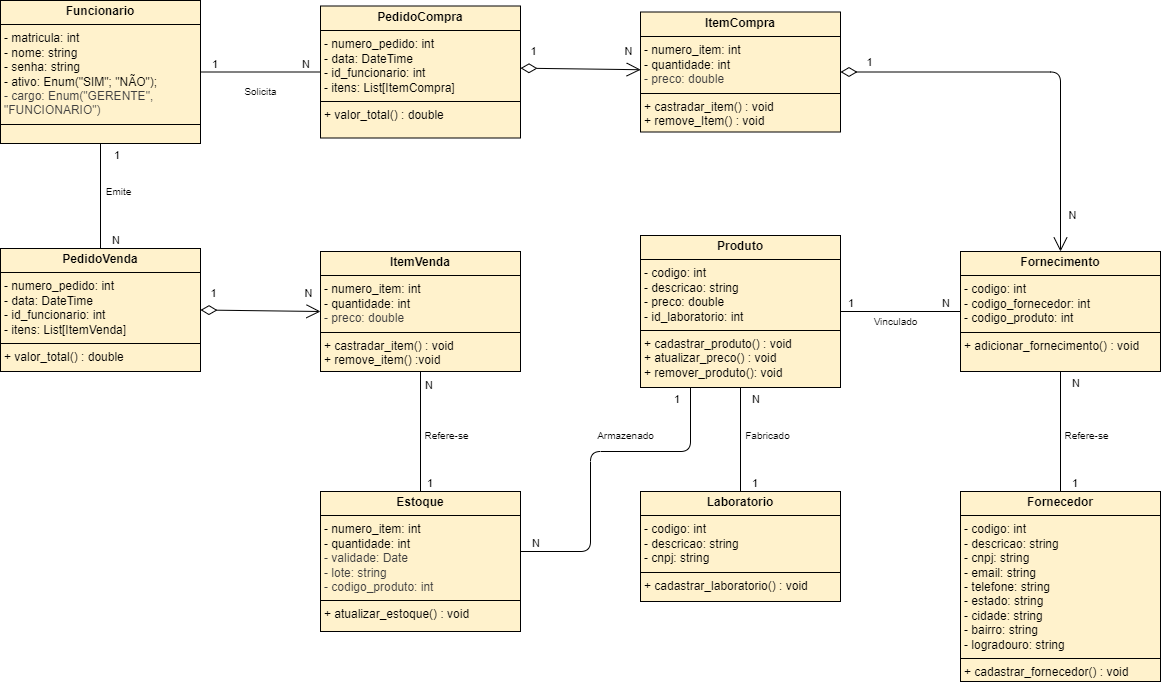
Before: docs/images/diagrama-classes.png, a diagram exported from draw.io (ICEI-PUCMinas-PSG-SI-TI/psg-si-2025-1-p3-tiapn-6818100-farmacia-popular). Source tidied: cells renumbered, new cells last; positions are measured from the earlier drawing's top-left corner, leaving out a move shared by most shapes.
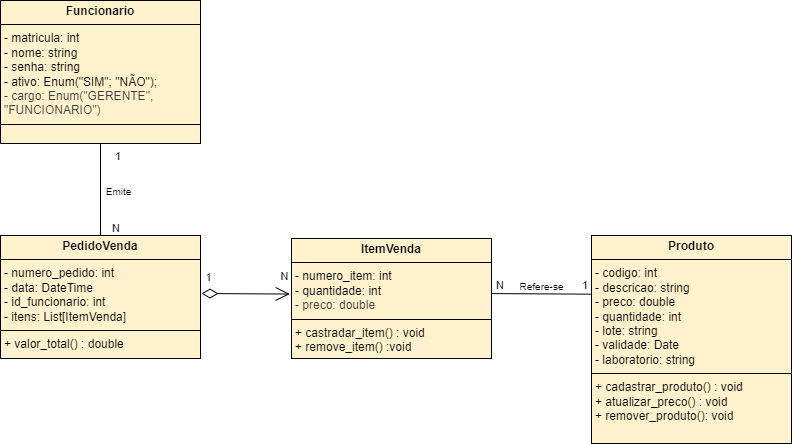
Above is the later version.

What changed in the source:
```diff
@@ -3,162 +3,32 @@
     <mxCell id="0" />
     <mxCell id="1" parent="0" />
     <mxCell id="2" value="&lt;p style=&quot;margin:0px;margin-top:4px;text-align:center;&quot;&gt;&lt;b&gt;Funcionario&lt;/b&gt;&lt;/p&gt;&lt;hr size=&quot;1&quot; style=&quot;border-style:solid;&quot;&gt;&lt;p style=&quot;margin:0px;margin-left:4px;&quot;&gt;- matricula: int&lt;/p&gt;&lt;p style=&quot;margin:0px;margin-left:4px;&quot;&gt;- nome: string&lt;/p&gt;&lt;p style=&quot;margin:0px;margin-left:4px;&quot;&gt;- senha: string&lt;/p&gt;&lt;p style=&quot;margin:0px;margin-left:4px;&quot;&gt;- ativo: Enum(&quot;SIM&quot;; &quot;NÃO&quot;);&lt;/p&gt;&lt;p style=&quot;margin:0px;margin-left:4px;&quot;&gt;&lt;span style=&quot;color: rgb(63, 63, 63);&quot;&gt;- cargo: Enum(&quot;GERENTE&quot;, &quot;FUNCIONARIO&quot;)&lt;/span&gt;&lt;/p&gt;&lt;hr size=&quot;1&quot; style=&quot;border-style:solid;&quot;&gt;&lt;p style=&quot;margin:0px;margin-left:4px;&quot;&gt;&lt;br&gt;&lt;br&gt;&lt;/p&gt;" style="verticalAlign=top;align=left;overflow=fill;html=1;whiteSpace=wrap;fillColor=#fff2cc;strokeColor=#000000;" parent="1" vertex="1">
-      <mxGeometry width="200" height="143" as="geometry" />
+      <mxGeometry x="180" y="63" width="200" height="143" as="geometry" />
     </mxCell>
-    <mxCell id="3" value="&lt;p style=&quot;margin:0px;margin-top:4px;text-align:center;&quot;&gt;&lt;b&gt;PedidoCompra&lt;/b&gt;&lt;/p&gt;&lt;hr size=&quot;1&quot; style=&quot;border-style:solid;&quot;&gt;&lt;p style=&quot;margin:0px;margin-left:4px;&quot;&gt;- numero_pedido: int&lt;br&gt;&lt;/p&gt;&lt;p style=&quot;margin:0px;margin-left:4px;&quot;&gt;- data: DateTime&lt;/p&gt;&lt;p style=&quot;margin:0px;margin-left:4px;&quot;&gt;- id_funcionario: int&lt;/p&gt;&lt;p style=&quot;margin:0px;margin-left:4px;&quot;&gt;- itens: List[ItemCompra]&lt;/p&gt;&lt;hr size=&quot;1&quot; style=&quot;border-style:solid;&quot;&gt;&lt;p style=&quot;margin:0px;margin-left:4px;&quot;&gt;+ valor_total() : double&lt;/p&gt;" style="verticalAlign=top;align=left;overflow=fill;html=1;whiteSpace=wrap;fillColor=#fff2cc;strokeColor=#000000;" parent="1" vertex="1">
-      <mxGeometry x="320" y="5.5" width="200" height="132" as="geometry" />
-    </mxCell>
-    <mxCell id="4" value="&lt;p style=&quot;margin:0px;margin-top:4px;text-align:center;&quot;&gt;&lt;b&gt;ItemCompra&lt;/b&gt;&lt;/p&gt;&lt;hr size=&quot;1&quot; style=&quot;border-style:solid;&quot;&gt;&lt;p style=&quot;margin:0px;margin-left:4px;&quot;&gt;&lt;span style=&quot;background-color: transparent;&quot;&gt;- numero_item: int&lt;/span&gt;&lt;/p&gt;&lt;p style=&quot;margin:0px;margin-left:4px;&quot;&gt;&lt;span style=&quot;background-color: transparent;&quot;&gt;- quantidade: int&lt;/span&gt;&lt;/p&gt;&lt;p style=&quot;margin:0px;margin-left:4px;&quot;&gt;&lt;span style=&quot;color: rgb(63, 63, 63);&quot;&gt;- preco: double&lt;/span&gt;&lt;span style=&quot;background-color: transparent;&quot;&gt;&lt;/span&gt;&lt;/p&gt;&lt;hr size=&quot;1&quot; style=&quot;border-style:solid;&quot;&gt;&lt;p style=&quot;margin:0px;margin-left:4px;&quot;&gt;+ castradar_item() : void&lt;br&gt;+ remove_Item() : void&lt;/p&gt;" style="verticalAlign=top;align=left;overflow=fill;html=1;whiteSpace=wrap;fillColor=#fff2cc;strokeColor=#000000;" parent="1" vertex="1">
-      <mxGeometry x="640" y="11.5" width="200" height="120" as="geometry" />
-    </mxCell>
-    <mxCell id="5" value="&lt;p style=&quot;margin:0px;margin-top:4px;text-align:center;&quot;&gt;&lt;b&gt;Produto&lt;/b&gt;&lt;/p&gt;&lt;hr size=&quot;1&quot; style=&quot;border-style:solid;&quot;&gt;&lt;p style=&quot;margin:0px;margin-left:4px;&quot;&gt;- codigo: int&lt;/p&gt;&lt;p style=&quot;margin:0px;margin-left:4px;&quot;&gt;- descricao: string&lt;/p&gt;&lt;p style=&quot;margin:0px;margin-left:4px;&quot;&gt;- preco: double&lt;/p&gt;&lt;p style=&quot;margin:0px;margin-left:4px;&quot;&gt;- id_laboratorio: int&lt;/p&gt;&lt;hr size=&quot;1&quot; style=&quot;border-style:solid;&quot;&gt;&lt;p style=&quot;margin:0px;margin-left:4px;&quot;&gt;+ cadastrar_produto() : void&lt;br&gt;+ atualizar_preco() : void&lt;br&gt;+ remover_produto(): void&lt;/p&gt;" style="verticalAlign=top;align=left;overflow=fill;html=1;whiteSpace=wrap;fillColor=#fff2cc;strokeColor=#000000;" parent="1" vertex="1">
-      <mxGeometry x="640" y="235" width="200" height="152" as="geometry" />
+    <mxCell id="5" value="&lt;p style=&quot;margin:0px;margin-top:4px;text-align:center;&quot;&gt;&lt;b&gt;Produto&lt;/b&gt;&lt;/p&gt;&lt;hr size=&quot;1&quot; style=&quot;border-style:solid;&quot;&gt;&lt;p style=&quot;margin:0px;margin-left:4px;&quot;&gt;- codigo: int&lt;/p&gt;&lt;p style=&quot;margin:0px;margin-left:4px;&quot;&gt;- descricao: string&lt;/p&gt;&lt;p style=&quot;margin:0px;margin-left:4px;&quot;&gt;- preco: double&lt;/p&gt;&lt;p style=&quot;margin:0px;margin-left:4px;&quot;&gt;- quantidade: int&lt;/p&gt;&lt;p style=&quot;margin:0px;margin-left:4px;&quot;&gt;- lote: string&lt;/p&gt;&lt;p style=&quot;margin:0px;margin-left:4px;&quot;&gt;- validade: Date&lt;/p&gt;&lt;p style=&quot;margin:0px;margin-left:4px;&quot;&gt;- laboratorio: string&lt;/p&gt;&lt;hr size=&quot;1&quot; style=&quot;border-style:solid;&quot;&gt;&lt;p style=&quot;margin:0px;margin-left:4px;&quot;&gt;+ cadastrar_produto() : void&lt;br&gt;+ atualizar_preco() : void&lt;br&gt;+ remover_produto(): void&lt;/p&gt;" style="verticalAlign=top;align=left;overflow=fill;html=1;whiteSpace=wrap;fillColor=#fff2cc;strokeColor=#000000;" parent="1" vertex="1">
+      <mxGeometry x="771" y="298" width="200" height="208" as="geometry" />
     </mxCell>
-    <mxCell id="6" style="endArrow=open;html=1;endSize=12;startArrow=diamondThin;startSize=14;startFill=0;align=left;verticalAlign=bottom;exitX=1;exitY=0.471;exitDx=0;exitDy=0;exitPerimeter=0;entryX=0.001;entryY=0.481;entryDx=0;entryDy=0;entryPerimeter=0;" parent="1" edge="1" source="3" target="4">
-      <mxGeometry relative="1" as="geometry" />
-    </mxCell>
-    <mxCell id="7" value="1" style="edgeLabel;html=1;align=center;verticalAlign=middle;" parent="6" vertex="1">
-      <mxGeometry x="-0.6" y="1" relative="1" as="geometry">
-        <mxPoint x="-12" y="-16" as="offset" />
-      </mxGeometry>
-    </mxCell>
-    <mxCell id="8" value="N" style="edgeLabel;html=1;align=center;verticalAlign=middle;" parent="6" vertex="1">
-      <mxGeometry x="0.61" relative="1" as="geometry">
-        <mxPoint x="11" y="-18" as="offset" />
-      </mxGeometry>
-    </mxCell>
-    <mxCell id="9" style="endArrow=none;html=1;edgeStyle=orthogonalEdgeStyle;exitX=1;exitY=0.5;exitDx=0;exitDy=0;entryX=0;entryY=0.5;entryDx=0;entryDy=0;" parent="1" edge="1" source="2" target="3">
-      <mxGeometry relative="1" as="geometry" />
-    </mxCell>
-    <mxCell id="10" value="1" style="edgeLabel;html=1;align=left;verticalAlign=bottom;" parent="9" vertex="1">
-      <mxGeometry x="-1" relative="1" as="geometry">
-        <mxPoint x="10" as="offset" />
-      </mxGeometry>
-    </mxCell>
-    <mxCell id="11" value="N" style="edgeLabel;html=1;align=right;verticalAlign=bottom;" parent="9" vertex="1">
-      <mxGeometry x="1" relative="1" as="geometry">
-        <mxPoint x="-10" as="offset" />
-      </mxGeometry>
-    </mxCell>
-    <mxCell id="12" value="Solicita" style="text;html=1;align=center;verticalAlign=middle;strokeColor=none;fillColor=none;fontSize=10;spacing=1;" parent="1" vertex="1">
-      <mxGeometry x="235" y="81" width="50" height="20" as="geometry" />
-    </mxCell>
-    <mxCell id="13" value="&lt;p style=&quot;margin:0px;margin-top:4px;text-align:center;&quot;&gt;&lt;b&gt;Fornecimento&lt;/b&gt;&lt;/p&gt;&lt;hr size=&quot;1&quot; style=&quot;border-style:solid;&quot;&gt;&lt;p style=&quot;margin:0px;margin-left:4px;&quot;&gt;- codigo: int&lt;br&gt;&lt;/p&gt;&lt;p style=&quot;margin:0px;margin-left:4px;&quot;&gt;- codigo_fornecedor: int&lt;br&gt;&lt;/p&gt;&lt;p style=&quot;margin:0px;margin-left:4px;&quot;&gt;- codigo_produto: int&lt;/p&gt;&lt;hr size=&quot;1&quot; style=&quot;border-style:solid;&quot;&gt;&lt;p style=&quot;margin:0px;margin-left:4px;&quot;&gt;+ adicionar_fornecimento() : void&lt;/p&gt;" style="verticalAlign=top;align=left;overflow=fill;html=1;whiteSpace=wrap;fillColor=#fff2cc;strokeColor=#000000;" parent="1" vertex="1">
-      <mxGeometry x="960" y="251" width="200" height="120" as="geometry" />
-    </mxCell>
-    <mxCell id="14" style="endArrow=open;html=1;endSize=12;startArrow=diamondThin;startSize=14;startFill=0;align=left;verticalAlign=bottom;exitX=1;exitY=0.5;exitDx=0;exitDy=0;entryX=0.5;entryY=0;entryDx=0;entryDy=0;edgeStyle=orthogonalEdgeStyle;" parent="1" edge="1" source="4" target="13">
-      <mxGeometry relative="1" as="geometry" />
-    </mxCell>
-    <mxCell id="15" value="1" style="edgeLabel;html=1;align=center;verticalAlign=middle;" parent="14" vertex="1">
-      <mxGeometry x="-0.76" y="1" relative="1" as="geometry">
-        <mxPoint x="-20" y="-9" as="offset" />
-      </mxGeometry>
-    </mxCell>
-    <mxCell id="16" value="N" style="edgeLabel;html=1;align=center;verticalAlign=middle;" parent="14" vertex="1">
-      <mxGeometry x="0.82" y="-3" relative="1" as="geometry">
-        <mxPoint x="14" as="offset" />
-      </mxGeometry>
-    </mxCell>
-    <mxCell id="17" value="&lt;p style=&quot;margin:0px;margin-top:4px;text-align:center;&quot;&gt;&lt;b&gt;Fornecedor&lt;/b&gt;&lt;/p&gt;&lt;hr size=&quot;1&quot; style=&quot;border-style:solid;&quot;&gt;&lt;p style=&quot;margin:0px;margin-left:4px;&quot;&gt;- codigo: int&lt;br&gt;&lt;/p&gt;&lt;p style=&quot;margin:0px;margin-left:4px;&quot;&gt;&lt;span style=&quot;background-color: transparent;&quot;&gt;- descricao: string&lt;/span&gt;&lt;/p&gt;&lt;p style=&quot;margin:0px;margin-left:4px;&quot;&gt;&lt;span style=&quot;background-color: transparent;&quot;&gt;- cnpj: string&lt;/span&gt;&lt;/p&gt;&lt;p style=&quot;margin:0px;margin-left:4px;&quot;&gt;&lt;span style=&quot;background-color: transparent;&quot;&gt;- email: string&lt;/span&gt;&lt;/p&gt;&lt;p style=&quot;margin:0px;margin-left:4px;&quot;&gt;&lt;span style=&quot;background-color: transparent;&quot;&gt;- telefone: string&lt;/span&gt;&lt;/p&gt;&lt;p style=&quot;margin:0px;margin-left:4px;&quot;&gt;&lt;span style=&quot;background-color: transparent;&quot;&gt;- estado: string&lt;/span&gt;&lt;/p&gt;&lt;p style=&quot;margin:0px;margin-left:4px;&quot;&gt;&lt;span style=&quot;background-color: transparent;&quot;&gt;- cidade: string&lt;/span&gt;&lt;/p&gt;&lt;p style=&quot;margin:0px;margin-left:4px;&quot;&gt;- bairro: string&lt;/p&gt;&lt;p style=&quot;margin:0px;margin-left:4px;&quot;&gt;- logradouro: string&lt;/p&gt;&lt;hr size=&quot;1&quot; style=&quot;border-style:solid;&quot;&gt;&lt;p style=&quot;margin:0px;margin-left:4px;&quot;&gt;+ cadastrar_fornecedor() : void&lt;/p&gt;" style="verticalAlign=top;align=left;overflow=fill;html=1;whiteSpace=wrap;fillColor=#fff2cc;strokeColor=#000000;" parent="1" vertex="1">
-      <mxGeometry x="960" y="491" width="200" height="190" as="geometry" />
-    </mxCell>
-    <mxCell id="18" style="endArrow=none;html=1;edgeStyle=orthogonalEdgeStyle;exitX=0.5;exitY=0;exitDx=0;exitDy=0;" parent="1" edge="1" source="17" target="13">
-      <mxGeometry relative="1" as="geometry" />
-    </mxCell>
-    <mxCell id="19" value="1" style="edgeLabel;html=1;align=left;verticalAlign=bottom;" parent="18" vertex="1">
-      <mxGeometry x="-1" relative="1" as="geometry">
-        <mxPoint x="10" as="offset" />
-      </mxGeometry>
-    </mxCell>
-    <mxCell id="20" value="N" style="edgeLabel;html=1;align=right;verticalAlign=bottom;" parent="18" vertex="1">
-      <mxGeometry x="1" relative="1" as="geometry">
-        <mxPoint x="20" y="20" as="offset" />
-      </mxGeometry>
-    </mxCell>
-    <mxCell id="21" value="&lt;div&gt;Refere-se&lt;/div&gt;" style="text;html=1;align=center;verticalAlign=middle;strokeColor=none;fillColor=none;fontSize=10;spacing=1;" parent="1" vertex="1">
-      <mxGeometry x="1051" y="424.5" width="70" height="20" as="geometry" />
-    </mxCell>
-    <mxCell id="22" style="endArrow=none;html=1;edgeStyle=orthogonalEdgeStyle;entryX=0;entryY=0.5;entryDx=0;entryDy=0;exitX=1;exitY=0.5;exitDx=0;exitDy=0;" parent="1" edge="1" source="5" target="13">
-      <mxGeometry relative="1" as="geometry" />
-    </mxCell>
-    <mxCell id="23" value="1" style="edgeLabel;html=1;align=left;verticalAlign=bottom;" parent="22" vertex="1">
-      <mxGeometry x="-1" relative="1" as="geometry">
-        <mxPoint x="6" as="offset" />
-      </mxGeometry>
-    </mxCell>
-    <mxCell id="24" value="N" style="edgeLabel;html=1;align=right;verticalAlign=bottom;" parent="22" vertex="1">
-      <mxGeometry x="1" relative="1" as="geometry">
-        <mxPoint x="-10" as="offset" />
-      </mxGeometry>
-    </mxCell>
-    <mxCell id="25" value="Vinculado" style="text;html=1;align=center;verticalAlign=middle;strokeColor=none;fillColor=none;fontSize=10;spacing=1;" parent="1" vertex="1">
-      <mxGeometry x="860" y="311" width="70" height="20" as="geometry" />
-    </mxCell>
-    <mxCell id="26" value="&lt;p style=&quot;margin:0px;margin-top:4px;text-align:center;&quot;&gt;&lt;b&gt;Laboratorio&lt;/b&gt;&lt;/p&gt;&lt;hr size=&quot;1&quot; style=&quot;border-style:solid;&quot;&gt;&lt;p style=&quot;margin:0px;margin-left:4px;&quot;&gt;- codigo: int&lt;/p&gt;&lt;p style=&quot;margin:0px;margin-left:4px;&quot;&gt;- descricao: string&lt;/p&gt;&lt;p style=&quot;margin:0px;margin-left:4px;&quot;&gt;- cnpj: string&lt;/p&gt;&lt;hr size=&quot;1&quot; style=&quot;border-style:solid;&quot;&gt;&lt;p style=&quot;margin:0px;margin-left:4px;&quot;&gt;+ cadastrar_laboratorio() : void&lt;/p&gt;" style="verticalAlign=top;align=left;overflow=fill;html=1;whiteSpace=wrap;fillColor=#fff2cc;strokeColor=#000000;" parent="1" vertex="1">
-      <mxGeometry x="640" y="491" width="200" height="110" as="geometry" />
-    </mxCell>
-    <mxCell id="27" style="endArrow=none;html=1;edgeStyle=orthogonalEdgeStyle;exitX=0.5;exitY=0;exitDx=0;exitDy=0;entryX=0.5;entryY=1;entryDx=0;entryDy=0;" parent="1" edge="1" source="26" target="5">
-      <mxGeometry relative="1" as="geometry" />
-    </mxCell>
-    <mxCell id="28" value="1" style="edgeLabel;html=1;align=left;verticalAlign=bottom;" parent="27" vertex="1">
-      <mxGeometry x="-1" relative="1" as="geometry">
-        <mxPoint x="10" as="offset" />
-      </mxGeometry>
-    </mxCell>
-    <mxCell id="29" value="N" style="edgeLabel;html=1;align=right;verticalAlign=bottom;" parent="27" vertex="1">
-      <mxGeometry x="1" relative="1" as="geometry">
-        <mxPoint x="20" y="20" as="offset" />
-      </mxGeometry>
-    </mxCell>
-    <mxCell id="30" value="&lt;div&gt;Fabricado&lt;/div&gt;" style="text;html=1;align=center;verticalAlign=middle;strokeColor=none;fillColor=none;fontSize=10;spacing=1;" parent="1" vertex="1">
-      <mxGeometry x="732" y="424.5" width="70" height="20" as="geometry" />
-    </mxCell>
     <mxCell id="31" value="&lt;p style=&quot;margin:0px;margin-top:4px;text-align:center;&quot;&gt;&lt;b&gt;ItemVenda&lt;/b&gt;&lt;/p&gt;&lt;hr size=&quot;1&quot; style=&quot;border-style:solid;&quot;&gt;&lt;p style=&quot;margin: 0px 0px 0px 4px;&quot;&gt;&lt;span style=&quot;background-color: transparent;&quot;&gt;- numero_item: int&lt;/span&gt;&lt;/p&gt;&lt;p style=&quot;margin: 0px 0px 0px 4px;&quot;&gt;&lt;span style=&quot;background-color: transparent;&quot;&gt;- quantidade: int&lt;/span&gt;&lt;/p&gt;&lt;p style=&quot;margin: 0px 0px 0px 4px;&quot;&gt;&lt;span style=&quot;color: rgb(63, 63, 63);&quot;&gt;- preco: double&lt;/span&gt;&lt;/p&gt;&lt;hr size=&quot;1&quot; style=&quot;border-style:solid;&quot;&gt;&lt;p style=&quot;margin:0px;margin-left:4px;&quot;&gt;+ castradar_item() : void&lt;br&gt;+ remove_item() :void&lt;/p&gt;" style="verticalAlign=top;align=left;overflow=fill;html=1;whiteSpace=wrap;fillColor=#fff2cc;strokeColor=#000000;" parent="1" vertex="1">
-      <mxGeometry x="320" y="251" width="200" height="120" as="geometry" />
+      <mxGeometry x="471" y="301" width="200" height="120" as="geometry" />
     </mxCell>
-    <mxCell id="32" style="endArrow=none;html=1;edgeStyle=orthogonalEdgeStyle;entryX=0.5;entryY=0;entryDx=0;entryDy=0;exitX=0.5;exitY=1;exitDx=0;exitDy=0;" parent="1" edge="1" source="31" target="36">
+    <mxCell id="32" style="endArrow=none;html=1;exitX=1;exitY=0.459;exitDx=0;exitDy=0;entryX=-0.005;entryY=0.282;entryDx=0;entryDy=0;entryPerimeter=0;exitPerimeter=0;" parent="1" edge="1" source="31" target="5">
       <mxGeometry relative="1" as="geometry" />
     </mxCell>
     <mxCell id="33" value="N" style="edgeLabel;html=1;align=left;verticalAlign=bottom;" parent="32" vertex="1">
       <mxGeometry x="-1" relative="1" as="geometry">
-        <mxPoint x="3" y="22" as="offset" />
+        <mxPoint x="3" y="-1" as="offset" />
       </mxGeometry>
     </mxCell>
     <mxCell id="34" value="1" style="edgeLabel;html=1;align=right;verticalAlign=bottom;" parent="32" vertex="1">
       <mxGeometry x="1" relative="1" as="geometry">
-        <mxPoint x="13" as="offset" />
+        <mxPoint x="-2" y="-1" as="offset" />
       </mxGeometry>
     </mxCell>
     <mxCell id="35" value="Refere-se" style="text;html=1;align=center;verticalAlign=middle;strokeColor=none;fillColor=none;fontSize=10;spacing=1;" parent="1" vertex="1">
-      <mxGeometry x="411" y="424.5" width="70" height="20" as="geometry" />
+      <mxGeometry x="686" y="339" width="70" height="20" as="geometry" />
     </mxCell>
-    <mxCell id="36" value="&lt;p style=&quot;margin:0px;margin-top:4px;text-align:center;&quot;&gt;&lt;b&gt;Estoque&lt;/b&gt;&lt;/p&gt;&lt;hr size=&quot;1&quot; style=&quot;border-style:solid;&quot;&gt;&lt;p style=&quot;margin: 0px 0px 0px 4px;&quot;&gt;&lt;span style=&quot;background-color: transparent;&quot;&gt;- numero_item: int&lt;/span&gt;&lt;/p&gt;&lt;p style=&quot;margin: 0px 0px 0px 4px;&quot;&gt;&lt;span style=&quot;background-color: transparent;&quot;&gt;- quantidade: int&lt;/span&gt;&lt;/p&gt;&lt;p style=&quot;margin: 0px 0px 0px 4px;&quot;&gt;&lt;span style=&quot;color: rgb(63, 63, 63);&quot;&gt;- validade: Date&lt;/span&gt;&lt;/p&gt;&lt;p style=&quot;margin: 0px 0px 0px 4px;&quot;&gt;&lt;span style=&quot;color: rgb(63, 63, 63);&quot;&gt;- lote: string&lt;/span&gt;&lt;/p&gt;&lt;p style=&quot;margin: 0px 0px 0px 4px;&quot;&gt;&lt;span style=&quot;color: rgb(63, 63, 63);&quot;&gt;- codigo_produto: int&lt;/span&gt;&lt;/p&gt;&lt;hr size=&quot;1&quot; style=&quot;border-style:solid;&quot;&gt;&lt;p style=&quot;margin:0px;margin-left:4px;&quot;&gt;+ atualizar_estoque() : void&lt;/p&gt;" style="verticalAlign=top;align=left;overflow=fill;html=1;whiteSpace=wrap;fillColor=#fff2cc;strokeColor=#000000;" parent="1" vertex="1">
-      <mxGeometry x="320" y="491" width="200" height="140" as="geometry" />
-    </mxCell>
-    <mxCell id="37" style="endArrow=none;html=1;edgeStyle=orthogonalEdgeStyle;entryX=0.25;entryY=1;entryDx=0;entryDy=0;" parent="1" edge="1" source="36" target="5">
-      <mxGeometry relative="1" as="geometry">
-        <Array as="points">
-          <mxPoint x="590" y="551" />
-          <mxPoint x="590" y="451" />
-          <mxPoint x="690" y="451" />
-        </Array>
-      </mxGeometry>
-    </mxCell>
-    <mxCell id="38" value="N" style="edgeLabel;html=1;align=left;verticalAlign=bottom;" parent="37" vertex="1">
-      <mxGeometry x="-1" relative="1" as="geometry">
-        <mxPoint x="10" as="offset" />
-      </mxGeometry>
-    </mxCell>
-    <mxCell id="39" value="1" style="edgeLabel;html=1;align=right;verticalAlign=bottom;" parent="37" vertex="1">
-      <mxGeometry x="1" relative="1" as="geometry">
-        <mxPoint x="-10" y="20" as="offset" />
-      </mxGeometry>
-    </mxCell>
-    <mxCell id="40" value="&lt;div&gt;Armazenado&lt;/div&gt;" style="text;html=1;align=center;verticalAlign=middle;strokeColor=none;fillColor=none;fontSize=10;spacing=1;" parent="1" vertex="1">
-      <mxGeometry x="585" y="424.5" width="80" height="20" as="geometry" />
-    </mxCell>
     <mxCell id="41" value="&lt;p style=&quot;margin:0px;margin-top:4px;text-align:center;&quot;&gt;&lt;b&gt;PedidoVenda&lt;/b&gt;&lt;/p&gt;&lt;hr size=&quot;1&quot; style=&quot;border-style:solid;&quot;&gt;&lt;p style=&quot;margin:0px;margin-left:4px;&quot;&gt;&lt;span style=&quot;background-color: transparent;&quot;&gt;- numero_pedido: int&lt;/span&gt;&lt;/p&gt;&lt;p style=&quot;margin:0px;margin-left:4px;&quot;&gt;&lt;span style=&quot;background-color: transparent;&quot;&gt;- data: DateTime&lt;/span&gt;&lt;/p&gt;&lt;p style=&quot;margin:0px;margin-left:4px;&quot;&gt;&lt;span style=&quot;background-color: transparent;&quot;&gt;- id_funcionario: int&lt;/span&gt;&lt;/p&gt;&lt;p style=&quot;margin:0px;margin-left:4px;&quot;&gt;- itens: List[ItemVenda]&lt;/p&gt;&lt;hr size=&quot;1&quot; style=&quot;border-style:solid;&quot;&gt;&lt;p style=&quot;margin:0px;margin-left:4px;&quot;&gt;+ valor_total() : double&lt;/p&gt;" style="verticalAlign=top;align=left;overflow=fill;html=1;whiteSpace=wrap;fillColor=#fff2cc;strokeColor=#000000;" parent="1" vertex="1">
-      <mxGeometry y="248" width="200" height="123" as="geometry" />
+      <mxGeometry x="180" y="298" width="200" height="123" as="geometry" />
     </mxCell>
     <mxCell id="42" style="endArrow=none;html=1;edgeStyle=orthogonalEdgeStyle;exitX=0.5;exitY=0;exitDx=0;exitDy=0;entryX=0.5;entryY=1;entryDx=0;entryDy=0;" parent="1" edge="1" source="41" target="2">
       <mxGeometry relative="1" as="geometry" />
@@ -174,10 +44,12 @@
       </mxGeometry>
     </mxCell>
     <mxCell id="45" value="&lt;div&gt;Emite&lt;/div&gt;" style="text;html=1;align=center;verticalAlign=middle;strokeColor=none;fillColor=none;fontSize=10;spacing=1;" parent="1" vertex="1">
-      <mxGeometry x="93" y="180.5" width="50" height="20" as="geometry" />
+      <mxGeometry x="273" y="243.5" width="50" height="20" as="geometry" />
     </mxCell>
-    <mxCell id="46" style="endArrow=open;html=1;endSize=12;startArrow=diamondThin;startSize=14;startFill=0;align=left;verticalAlign=bottom;exitX=1;exitY=0.5;exitDx=0;exitDy=0;entryX=0;entryY=0.5;entryDx=0;entryDy=0;" parent="1" edge="1" source="41" target="31">
-      <mxGeometry relative="1" as="geometry" />
+    <mxCell id="46" style="endArrow=open;html=1;endSize=12;startArrow=diamondThin;startSize=14;startFill=0;align=left;verticalAlign=bottom;entryX=-0.009;entryY=0.463;entryDx=0;entryDy=0;entryPerimeter=0;" parent="1" edge="1" target="31">
+      <mxGeometry relative="1" as="geometry">
+        <mxPoint x="381" y="356" as="sourcePoint" />
+      </mxGeometry>
     </mxCell>
     <mxCell id="47" value="1" style="edgeLabel;html=1;align=center;verticalAlign=middle;" parent="46" vertex="1">
       <mxGeometry x="-0.6" y="1" relative="1" as="geometry">
```
